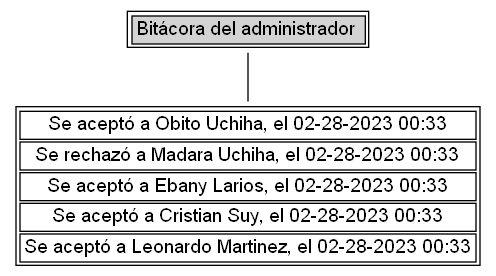
Earlier version of the Graphviz export EDD_Proyecto1_Fase1/Admin_bitacora.png (ChristopherMonterroso/EDD_1S2023_PY_201902363). Its source is kept beside it as EDD_Proyecto1_Fase1/Admin_bitacora.dot. Its diagram source:
```dot
digraph G {
 node[shape=none fontname=Helvetica]
 rankdir=TB;
 n0[ label = <
<table>
<tr><td bgcolor="lightgray">Bitácora del administrador </td></tr></table> > ];
n1[ label = <
<table>
<tr><td bgcolor="white">Se aceptó a Obito Uchiha, el 02-28-2023 00:33</td></tr>
<tr><td bgcolor="white">Se rechazó a Madara Uchiha, el 02-28-2023 00:33</td></tr>
<tr><td bgcolor="white">Se aceptó a Ebany Larios, el 02-28-2023 00:33</td></tr>
<tr><td bgcolor="white">Se aceptó a Cristian Suy, el 02-28-2023 00:33</td></tr>
<tr><td bgcolor="white">Se aceptó a Leonardo Martinez, el 02-28-2023 00:33</td></tr>
</table> > ];
n0->n1[dir=none]
}
```
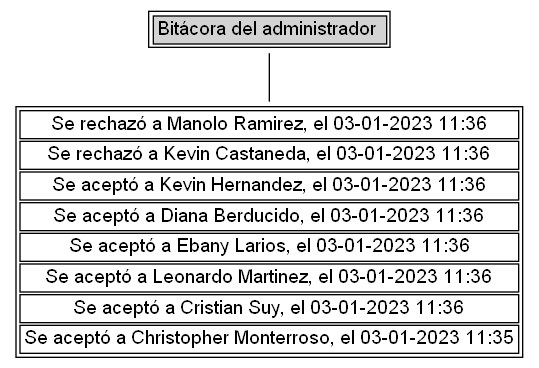
The same diagram one commit later.

The edit, as a diff of the source:
```diff
@@ -6,11 +6,14 @@
 <tr><td bgcolor="lightgray">Bitácora del administrador </td></tr></table> > ];
 n1[ label = <
 <table>
-<tr><td bgcolor="white">Se aceptó a Obito Uchiha, el 02-28-2023 00:33</td></tr>
-<tr><td bgcolor="white">Se rechazó a Madara Uchiha, el 02-28-2023 00:33</td></tr>
-<tr><td bgcolor="white">Se aceptó a Ebany Larios, el 02-28-2023 00:33</td></tr>
-<tr><td bgcolor="white">Se aceptó a Cristian Suy, el 02-28-2023 00:33</td></tr>
-<tr><td bgcolor="white">Se aceptó a Leonardo Martinez, el 02-28-2023 00:33</td></tr>
+<tr><td bgcolor="white">Se rechazó a Manolo Ramirez, el 03-01-2023 11:36</td></tr>
+<tr><td bgcolor="white">Se rechazó a Kevin Castaneda, el 03-01-2023 11:36</td></tr>
+<tr><td bgcolor="white">Se aceptó a Kevin Hernandez, el 03-01-2023 11:36</td></tr>
+<tr><td bgcolor="white">Se aceptó a Diana Berducido, el 03-01-2023 11:36</td></tr>
+<tr><td bgcolor="white">Se aceptó a Ebany Larios, el 03-01-2023 11:36</td></tr>
+<tr><td bgcolor="white">Se aceptó a Leonardo Martinez, el 03-01-2023 11:36</td></tr>
+<tr><td bgcolor="white">Se aceptó a Cristian Suy, el 03-01-2023 11:36</td></tr>
+<tr><td bgcolor="white">Se aceptó a Christopher Monterroso, el 03-01-2023 11:35</td></tr>
 </table> > ];
 n0->n1[dir=none]
 }
```
